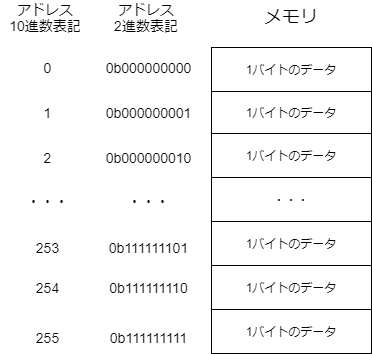
kut-econ/kut-econ.github.io keeps this draw.io diagram as programming2021/img/memory.drawio.png. Above is the earlier version. Source tidied: cells renumbered, new cells last; positions are measured from the earlier drawing's top-left corner, leaving out a move shared by most shapes.
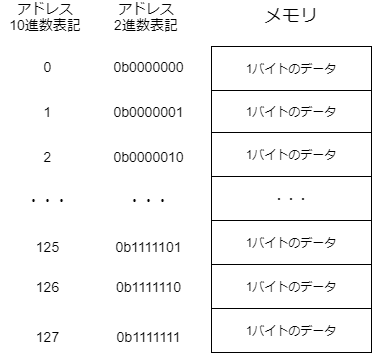
The same file after the commit.

What changed in the source:
```diff
@@ -53,25 +53,25 @@
     <mxCell id="18" value="&lt;font&gt;&lt;font style=&quot;font-size: 14px&quot;&gt;アドレス&lt;br&gt;2進数表記&lt;/font&gt;&lt;br&gt;&lt;/font&gt;" style="text;html=1;strokeColor=none;align=center;verticalAlign=middle;whiteSpace=wrap;rounded=0;fontColor=#000000;labelBackgroundColor=none;" parent="1" vertex="1">
       <mxGeometry x="101" width="90" height="20" as="geometry" />
     </mxCell>
-    <mxCell id="19" value="&lt;font style=&quot;font-size: 14px&quot;&gt;0b000000000&lt;/font&gt;" style="text;html=1;strokeColor=none;align=center;verticalAlign=middle;whiteSpace=wrap;rounded=0;fontColor=#000000;labelBackgroundColor=none;" parent="1" vertex="1">
+    <mxCell id="19" value="&lt;font style=&quot;font-size: 14px&quot;&gt;0b0000000&lt;/font&gt;" style="text;html=1;strokeColor=none;align=center;verticalAlign=middle;whiteSpace=wrap;rounded=0;fontColor=#000000;labelBackgroundColor=none;" parent="1" vertex="1">
       <mxGeometry x="106" y="50" width="85" height="20" as="geometry" />
     </mxCell>
-    <mxCell id="20" value="&lt;font style=&quot;font-size: 14px&quot;&gt;0b000000001&lt;/font&gt;" style="text;html=1;strokeColor=none;align=center;verticalAlign=middle;whiteSpace=wrap;rounded=0;fontColor=#000000;labelBackgroundColor=none;" parent="1" vertex="1">
+    <mxCell id="20" value="&lt;font style=&quot;font-size: 14px&quot;&gt;0b0000001&lt;/font&gt;" style="text;html=1;strokeColor=none;align=center;verticalAlign=middle;whiteSpace=wrap;rounded=0;fontColor=#000000;labelBackgroundColor=none;" parent="1" vertex="1">
       <mxGeometry x="106" y="95" width="85" height="20" as="geometry" />
     </mxCell>
-    <mxCell id="21" value="&lt;font style=&quot;font-size: 14px&quot;&gt;0b000000010&lt;/font&gt;" style="text;html=1;strokeColor=none;align=center;verticalAlign=middle;whiteSpace=wrap;rounded=0;fontColor=#000000;labelBackgroundColor=none;" parent="1" vertex="1">
+    <mxCell id="21" value="&lt;font style=&quot;font-size: 14px&quot;&gt;0b0000010&lt;/font&gt;" style="text;html=1;strokeColor=none;align=center;verticalAlign=middle;whiteSpace=wrap;rounded=0;fontColor=#000000;labelBackgroundColor=none;" parent="1" vertex="1">
       <mxGeometry x="106" y="140" width="85" height="20" as="geometry" />
     </mxCell>
     <mxCell id="22" value="&lt;span style=&quot;font-size: 14px&quot;&gt;・・・&lt;/span&gt;" style="text;html=1;strokeColor=none;align=center;verticalAlign=middle;whiteSpace=wrap;rounded=0;fontColor=#000000;labelBackgroundColor=none;" parent="1" vertex="1">
       <mxGeometry x="106" y="183" width="85" height="20" as="geometry" />
     </mxCell>
-    <mxCell id="23" value="&lt;font style=&quot;font-size: 14px&quot;&gt;0b111111101&lt;/font&gt;" style="text;html=1;strokeColor=none;align=center;verticalAlign=middle;whiteSpace=wrap;rounded=0;fontColor=#000000;labelBackgroundColor=none;" parent="1" vertex="1">
+    <mxCell id="23" value="&lt;font style=&quot;font-size: 14px&quot;&gt;0b1111101&lt;/font&gt;" style="text;html=1;strokeColor=none;align=center;verticalAlign=middle;whiteSpace=wrap;rounded=0;fontColor=#000000;labelBackgroundColor=none;" parent="1" vertex="1">
       <mxGeometry x="106" y="230" width="85" height="20" as="geometry" />
     </mxCell>
-    <mxCell id="24" value="&lt;font style=&quot;font-size: 14px&quot;&gt;0b111111110&lt;/font&gt;" style="text;html=1;strokeColor=none;align=center;verticalAlign=middle;whiteSpace=wrap;rounded=0;fontColor=#000000;labelBackgroundColor=none;" parent="1" vertex="1">
+    <mxCell id="24" value="&lt;font style=&quot;font-size: 14px&quot;&gt;0b1111110&lt;/font&gt;" style="text;html=1;strokeColor=none;align=center;verticalAlign=middle;whiteSpace=wrap;rounded=0;fontColor=#000000;labelBackgroundColor=none;" parent="1" vertex="1">
       <mxGeometry x="106" y="270" width="85" height="20" as="geometry" />
     </mxCell>
-    <mxCell id="25" value="&lt;font style=&quot;font-size: 14px&quot;&gt;0b111111111&lt;/font&gt;" style="text;html=1;strokeColor=none;align=center;verticalAlign=middle;whiteSpace=wrap;rounded=0;fontColor=#000000;labelBackgroundColor=none;" parent="1" vertex="1">
+    <mxCell id="25" value="&lt;font style=&quot;font-size: 14px&quot;&gt;0b1111111&lt;/font&gt;" style="text;html=1;strokeColor=none;align=center;verticalAlign=middle;whiteSpace=wrap;rounded=0;fontColor=#000000;labelBackgroundColor=none;" parent="1" vertex="1">
       <mxGeometry x="106" y="320" width="85" height="20" as="geometry" />
     </mxCell>
     <mxCell id="26" value="&lt;font style=&quot;font-size: 14px&quot;&gt;アドレス&lt;br&gt;10進数表記&lt;br&gt;&lt;/font&gt;" style="text;html=1;strokeColor=none;align=center;verticalAlign=middle;whiteSpace=wrap;rounded=0;fontColor=#000000;labelBackgroundColor=none;" parent="1" vertex="1">
@@ -89,13 +89,13 @@
     <mxCell id="30" value="&lt;span style=&quot;font-size: 14px&quot;&gt;・・・&lt;/span&gt;" style="text;html=1;strokeColor=none;align=center;verticalAlign=middle;whiteSpace=wrap;rounded=0;fontColor=#000000;labelBackgroundColor=none;" parent="1" vertex="1">
       <mxGeometry x="5" y="183" width="85" height="20" as="geometry" />
     </mxCell>
-    <mxCell id="31" value="&lt;font style=&quot;font-size: 14px&quot;&gt;253&lt;/font&gt;" style="text;html=1;strokeColor=none;align=center;verticalAlign=middle;whiteSpace=wrap;rounded=0;fontColor=#000000;labelBackgroundColor=none;" parent="1" vertex="1">
+    <mxCell id="31" value="&lt;font style=&quot;font-size: 14px&quot;&gt;125&lt;/font&gt;" style="text;html=1;strokeColor=none;align=center;verticalAlign=middle;whiteSpace=wrap;rounded=0;fontColor=#000000;labelBackgroundColor=none;" parent="1" vertex="1">
       <mxGeometry x="5" y="230" width="85" height="20" as="geometry" />
     </mxCell>
-    <mxCell id="32" value="&lt;font style=&quot;font-size: 14px&quot;&gt;254&lt;/font&gt;" style="text;html=1;strokeColor=none;align=center;verticalAlign=middle;whiteSpace=wrap;rounded=0;fontColor=#000000;labelBackgroundColor=none;" parent="1" vertex="1">
+    <mxCell id="32" value="&lt;font style=&quot;font-size: 14px&quot;&gt;126&lt;/font&gt;" style="text;html=1;strokeColor=none;align=center;verticalAlign=middle;whiteSpace=wrap;rounded=0;fontColor=#000000;labelBackgroundColor=none;" parent="1" vertex="1">
       <mxGeometry x="5" y="270" width="85" height="20" as="geometry" />
     </mxCell>
-    <mxCell id="33" value="&lt;font style=&quot;font-size: 14px&quot;&gt;255&lt;/font&gt;" style="text;html=1;strokeColor=none;align=center;verticalAlign=middle;whiteSpace=wrap;rounded=0;fontColor=#000000;labelBackgroundColor=none;" parent="1" vertex="1">
+    <mxCell id="33" value="&lt;span style=&quot;font-size: 14px&quot;&gt;127&lt;/span&gt;" style="text;html=1;strokeColor=none;align=center;verticalAlign=middle;whiteSpace=wrap;rounded=0;fontColor=#000000;labelBackgroundColor=none;" parent="1" vertex="1">
       <mxGeometry x="5" y="320" width="85" height="20" as="geometry" />
     </mxCell>
   </root>
```
